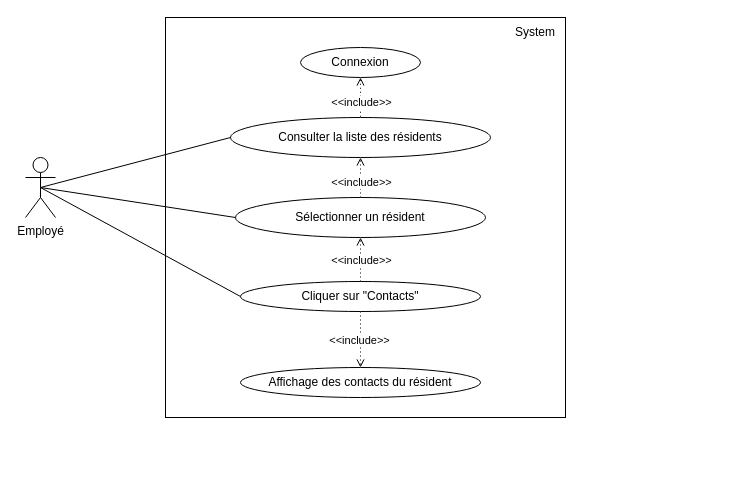
This is use_case_diagrams/8. cu_CONTACTS_RESIDENT/8.cu_CONTACTER_RESIDENT.drawio from LekishviliRati/P13_Patient_follow-up_diary, a draw.io file, before an edit. Source tidied: cells renumbered, new cells numbered last; positions are measured from the earlier drawing's top-left corner, leaving out a move shared by most shapes. Both pictures are drawn from the tidied source at 100%, with x=0, y=0 at pixel (25, 17).
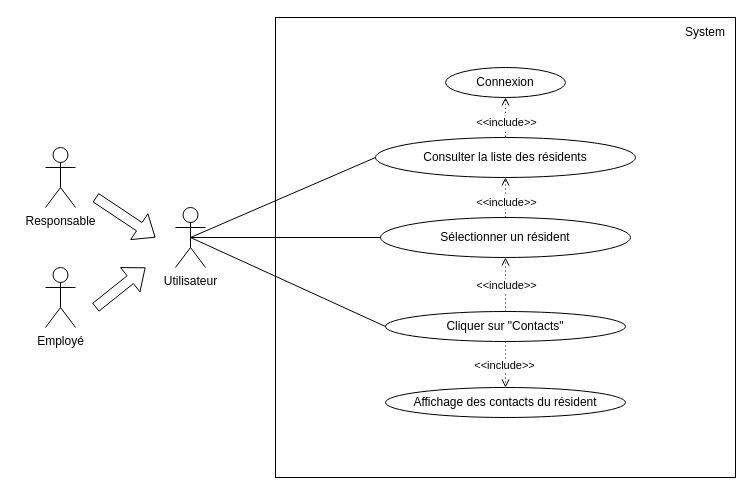
The same diagram, later.

The edit, as a diff of the source:
```diff
@@
     <mxCell id="2" style="whiteSpace=wrap;html=1;" parent="1" vertex="1">
-      <mxGeometry x="140" width="400" height="400" as="geometry" />
+      <mxGeometry x="250" width="460" height="460" as="geometry" />
     </mxCell>
     <mxCell id="3" value="System" style="text;html=1;strokeColor=none;fillColor=none;align=center;verticalAlign=middle;whiteSpace=wrap;rounded=0;" parent="1" vertex="1">
-      <mxGeometry x="480" width="60" height="30" as="geometry" />
+      <mxGeometry x="650" width="60" height="30" as="geometry" />
     </mxCell>
-    <mxCell id="4" value="Employé" style="shape=umlActor;verticalLabelPosition=bottom;verticalAlign=top;html=1;outlineConnect=0;" parent="1" vertex="1">
-      <mxGeometry y="140" width="30" height="60" as="geometry" />
+    <mxCell id="4" value="Utilisateur" style="shape=umlActor;verticalLabelPosition=bottom;verticalAlign=top;html=1;outlineConnect=0;" parent="1" vertex="1">
+      <mxGeometry x="150" y="190" width="30" height="60" as="geometry" />
     </mxCell>
     <mxCell id="5" value="Consulter la liste des résidents" style="ellipse;whiteSpace=wrap;html=1;" parent="1" vertex="1">
-      <mxGeometry x="205" y="100" width="260" height="40" as="geometry" />
+      <mxGeometry x="350" y="120" width="260" height="40" as="geometry" />
     </mxCell>
     <mxCell id="6" value="Sélectionner un résident" style="ellipse;whiteSpace=wrap;html=1;" parent="1" vertex="1">
-      <mxGeometry x="210" y="180" width="250" height="40" as="geometry" />
+      <mxGeometry x="355" y="200" width="250" height="40" as="geometry" />
     </mxCell>
     <mxCell id="7" value="Cliquer sur &quot;Contacts&quot;" style="ellipse;whiteSpace=wrap;html=1;" parent="1" vertex="1">
-      <mxGeometry x="215" y="264" width="240" height="30" as="geometry" />
+      <mxGeometry x="360" y="294" width="240" height="30" as="geometry" />
     </mxCell>
     <mxCell id="8" value="Connexion" style="ellipse;whiteSpace=wrap;html=1;" parent="1" vertex="1">
-      <mxGeometry x="275" y="30" width="120" height="30" as="geometry" />
+      <mxGeometry x="420" y="50" width="120" height="30" as="geometry" />
     </mxCell>
@@
     <mxCell id="15" value="Affichage des contacts du résident" style="ellipse;whiteSpace=wrap;html=1;" parent="1" vertex="1">
-      <mxGeometry x="215" y="350" width="240" height="30" as="geometry" />
+      <mxGeometry x="360" y="370" width="240" height="30" as="geometry" />
     </mxCell>
@@
+    <mxCell id="21" value="Responsable" style="shape=umlActor;verticalLabelPosition=bottom;verticalAlign=top;html=1;" parent="1" vertex="1">
+      <mxGeometry x="20" y="130" width="30" height="60" as="geometry" />
+    </mxCell>
+    <mxCell id="22" value="Employé" style="shape=umlActor;verticalLabelPosition=bottom;verticalAlign=top;html=1;" parent="1" vertex="1">
+      <mxGeometry x="20" y="250" width="30" height="60" as="geometry" />
+    </mxCell>
+    <mxCell id="23" style="shape=flexArrow;endArrow=classic;html=1;rounded=0;" parent="1" edge="1">
+      <mxGeometry relative="1" as="geometry">
+        <mxPoint x="70" y="290" as="sourcePoint" />
+        <mxPoint x="120" y="250" as="targetPoint" />
+      </mxGeometry>
+    </mxCell>
+    <mxCell id="24" style="shape=flexArrow;endArrow=classic;html=1;rounded=0;" parent="1" edge="1">
+      <mxGeometry relative="1" as="geometry">
+        <mxPoint x="70" y="180" as="sourcePoint" />
+        <mxPoint x="130" y="220" as="targetPoint" />
+      </mxGeometry>
+    </mxCell>
```
